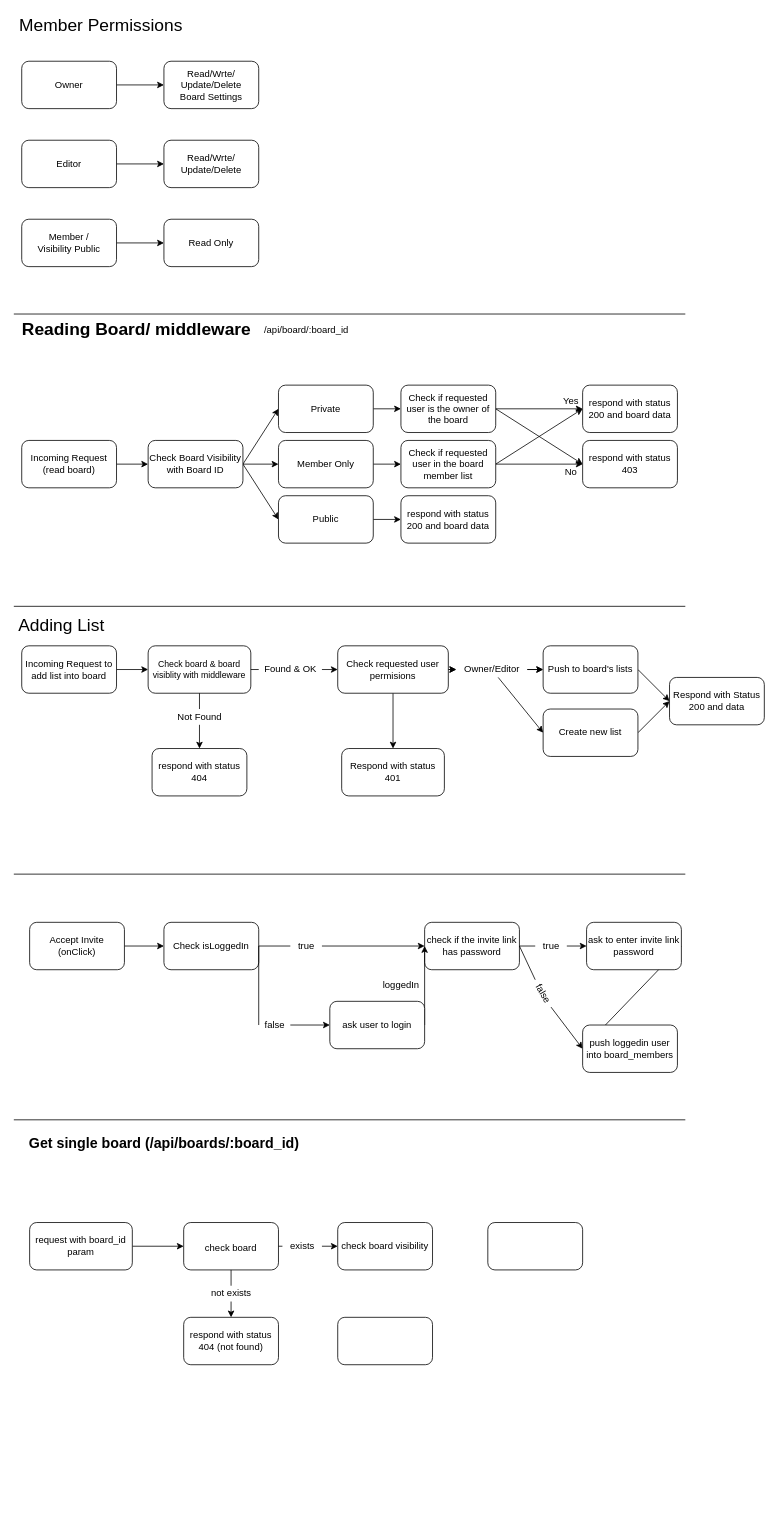
heinminhtun1999/todo keeps this draw.io diagram as Member-Role.dio. Above is the earlier version. Source tidied: cells renumbered, new cells numbered last; positions are measured from the earlier drawing's top-left corner, leaving out a move shared by most shapes. Both pictures are drawn from the tidied source at 79%, with x=0, y=0 at pixel (13, 13).
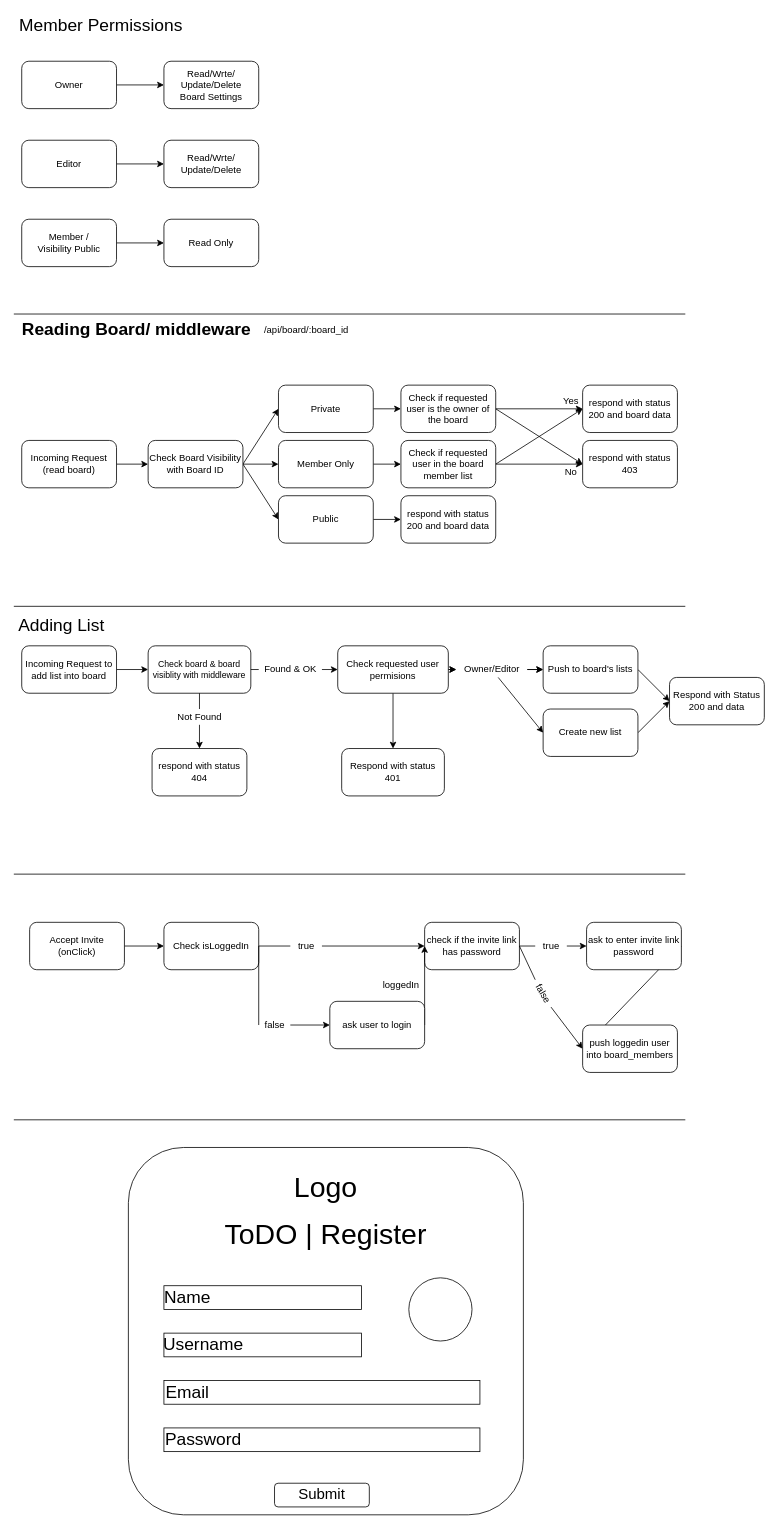
After the change.

What changed in the source:
```diff
@@
-    <mxCell id="88" style="edgeStyle=none;html=1;exitX=1;exitY=0.5;exitDx=0;exitDy=0;entryX=0;entryY=0.5;entryDx=0;entryDy=0;fontSize=18;" parent="1" edge="1" source="89" target="93">
-      <mxGeometry relative="1" as="geometry" />
-    </mxCell>
-    <mxCell id="89" value="request with board_id param" style="rounded=1;whiteSpace=wrap;html=1;" parent="1" vertex="1">
-      <mxGeometry x="20" y="1530" width="130" height="60" as="geometry" />
-    </mxCell>
-    <mxCell id="90" value="&lt;font size=&quot;1&quot;&gt;&lt;b style=&quot;font-size: 18px&quot;&gt;Get single board (/api/boards/:board_id)&lt;/b&gt;&lt;/font&gt;" style="text;html=1;align=center;verticalAlign=middle;strokeColor=none;fillColor=none;" parent="1" vertex="1">
-      <mxGeometry x="10" y="1420" width="360" height="20" as="geometry" />
-    </mxCell>
-    <mxCell id="91" style="edgeStyle=none;html=1;exitX=0.5;exitY=1;exitDx=0;exitDy=0;fontSize=12;entryX=0.5;entryY=0;entryDx=0;entryDy=0;startArrow=none;" parent="1" edge="1" source="95" target="94">
-      <mxGeometry relative="1" as="geometry" />
-    </mxCell>
-    <mxCell id="92" style="edgeStyle=none;html=1;exitX=1;exitY=0.5;exitDx=0;exitDy=0;entryX=0;entryY=0.5;entryDx=0;entryDy=0;fontSize=12;startArrow=none;" parent="1" edge="1" source="98" target="97">
-      <mxGeometry relative="1" as="geometry" />
-    </mxCell>
-    <mxCell id="93" value="&lt;span style=&quot;font-size: 12px&quot;&gt;check board&lt;/span&gt;" style="rounded=1;whiteSpace=wrap;html=1;fontSize=18;" parent="1" vertex="1">
-      <mxGeometry x="215" y="1530" width="120" height="60" as="geometry" />
-    </mxCell>
-    <mxCell id="94" value="respond with status 404 (not found)" style="rounded=1;whiteSpace=wrap;html=1;fontSize=12;" parent="1" vertex="1">
-      <mxGeometry x="215" y="1650" width="120" height="60" as="geometry" />
-    </mxCell>
-    <mxCell id="95" value="not exists" style="text;html=1;align=center;verticalAlign=middle;points=[];strokeColor=none;fillColor=none;fontSize=12;" parent="1" vertex="1">
-      <mxGeometry x="240" y="1610" width="70" height="20" as="geometry" />
-    </mxCell>
-    <mxCell id="96" style="edgeStyle=none;html=1;exitX=0.5;exitY=1;exitDx=0;exitDy=0;fontSize=12;entryX=0.5;entryY=0;entryDx=0;entryDy=0;endArrow=none;" parent="1" edge="1" source="93" target="95">
-      <mxGeometry relative="1" as="geometry" />
-    </mxCell>
-    <mxCell id="97" value="check board visibility" style="rounded=1;whiteSpace=wrap;html=1;fontSize=12;" parent="1" vertex="1">
-      <mxGeometry x="410" y="1530" width="120" height="60" as="geometry" />
-    </mxCell>
-    <mxCell id="98" value="exists" style="text;html=1;align=center;verticalAlign=middle;points=[];strokeColor=none;fillColor=none;fontSize=12;" parent="1" vertex="1">
-      <mxGeometry x="340" y="1550" width="50" height="20" as="geometry" />
-    </mxCell>
-    <mxCell id="99" style="edgeStyle=none;html=1;exitX=1;exitY=0.5;exitDx=0;exitDy=0;entryX=0;entryY=0.5;entryDx=0;entryDy=0;fontSize=12;endArrow=none;" parent="1" edge="1" source="93" target="98">
-      <mxGeometry relative="1" as="geometry" />
-    </mxCell>
-    <mxCell id="100" style="rounded=1;whiteSpace=wrap;html=1;fontSize=12;" parent="1" vertex="1">
-      <mxGeometry x="600" y="1530" width="120" height="60" as="geometry" />
-    </mxCell>
-    <mxCell id="101" style="rounded=1;whiteSpace=wrap;html=1;fontSize=12;" parent="1" vertex="1">
-      <mxGeometry x="410" y="1650" width="120" height="60" as="geometry" />
-    </mxCell>
+    <mxCell id="102" style="rounded=1;whiteSpace=wrap;html=1;" parent="1" vertex="1">
+      <mxGeometry x="145" y="1435" width="500" height="465" as="geometry" />
+    </mxCell>
+    <mxCell id="103" value="&lt;font style=&quot;font-size: 36px&quot;&gt;ToDO | Register&lt;/font&gt;" style="text;html=1;strokeColor=none;fillColor=none;align=center;verticalAlign=middle;whiteSpace=wrap;rounded=0;" parent="1" vertex="1">
+      <mxGeometry x="240" y="1500" width="310" height="90" as="geometry" />
+    </mxCell>
+    <mxCell id="104" value="Logo" style="text;html=1;strokeColor=none;fillColor=none;align=center;verticalAlign=middle;whiteSpace=wrap;rounded=0;fontSize=36;" parent="1" vertex="1">
+      <mxGeometry x="365" y="1470" width="60" height="30" as="geometry" />
+    </mxCell>
+    <mxCell id="105" style="rounded=0;whiteSpace=wrap;html=1;fontSize=36;" parent="1" vertex="1">
+      <mxGeometry x="190" y="1610" width="250" height="30" as="geometry" />
+    </mxCell>
+    <mxCell id="106" style="rounded=0;whiteSpace=wrap;html=1;fontSize=36;" parent="1" vertex="1">
+      <mxGeometry x="190" y="1670" width="250" height="30" as="geometry" />
+    </mxCell>
+    <mxCell id="107" style="rounded=0;whiteSpace=wrap;html=1;fontSize=36;" parent="1" vertex="1">
+      <mxGeometry x="190" y="1730" width="400" height="30" as="geometry" />
+    </mxCell>
+    <mxCell id="108" style="rounded=0;whiteSpace=wrap;html=1;fontSize=36;" parent="1" vertex="1">
+      <mxGeometry x="190" y="1790" width="400" height="30" as="geometry" />
+    </mxCell>
+    <mxCell id="109" style="ellipse;whiteSpace=wrap;html=1;fontSize=36;" parent="1" vertex="1">
+      <mxGeometry x="500" y="1600" width="80" height="80" as="geometry" />
+    </mxCell>
+    <mxCell id="110" value="Submit" style="rounded=1;whiteSpace=wrap;html=1;fontSize=19;" parent="1" vertex="1">
+      <mxGeometry x="330" y="1860" width="120" height="30" as="geometry" />
+    </mxCell>
+    <mxCell id="111" value="Name" style="text;html=1;strokeColor=none;fillColor=none;align=center;verticalAlign=middle;whiteSpace=wrap;rounded=0;fontSize=22;" parent="1" vertex="1">
+      <mxGeometry x="190" y="1610" width="60" height="30" as="geometry" />
+    </mxCell>
+    <mxCell id="112" value="Username" style="text;html=1;strokeColor=none;fillColor=none;align=center;verticalAlign=middle;whiteSpace=wrap;rounded=0;fontSize=22;" parent="1" vertex="1">
+      <mxGeometry x="210" y="1670" width="60" height="30" as="geometry" />
+    </mxCell>
+    <mxCell id="113" value="Email" style="text;html=1;strokeColor=none;fillColor=none;align=center;verticalAlign=middle;whiteSpace=wrap;rounded=0;fontSize=22;" parent="1" vertex="1">
+      <mxGeometry x="190" y="1730" width="60" height="30" as="geometry" />
+    </mxCell>
+    <mxCell id="114" value="Password" style="text;html=1;strokeColor=none;fillColor=none;align=center;verticalAlign=middle;whiteSpace=wrap;rounded=0;fontSize=22;" parent="1" vertex="1">
+      <mxGeometry x="210" y="1790" width="60" height="30" as="geometry" />
+    </mxCell>
```
